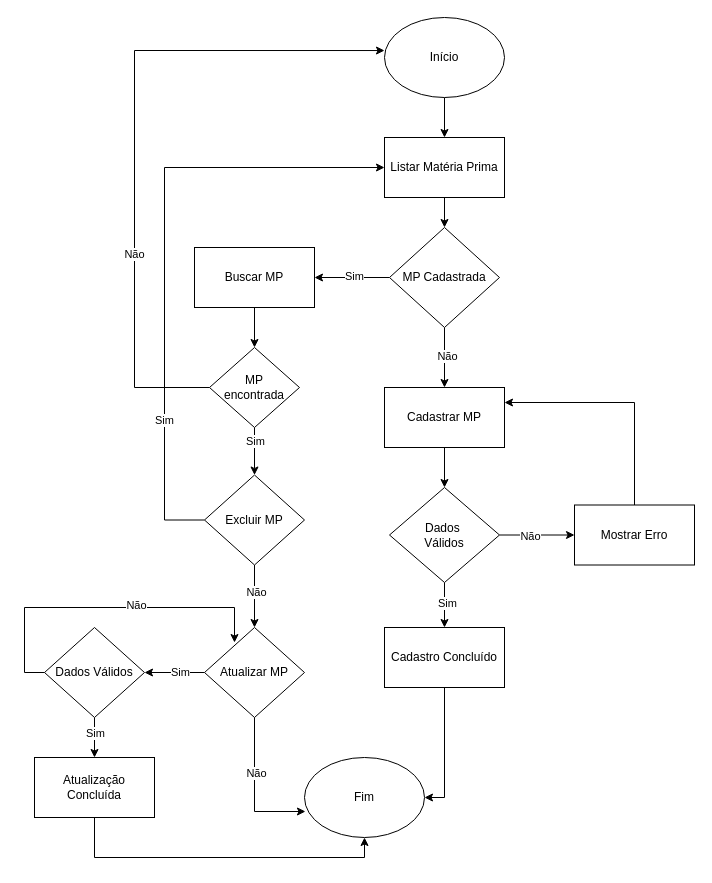
Above: page "Página-2" (2 of 9) of DOC/fluxograma.drawio in rafaelareisilva/avatar.app (draw.io), before the change. Source tidied: cells renumbered, new cells numbered last; positions are measured from the earlier drawing's top-left corner, leaving out a move shared by most shapes. Both pictures are drawn from the tidied source at 100%, with x=0, y=0 at pixel (24, 17).
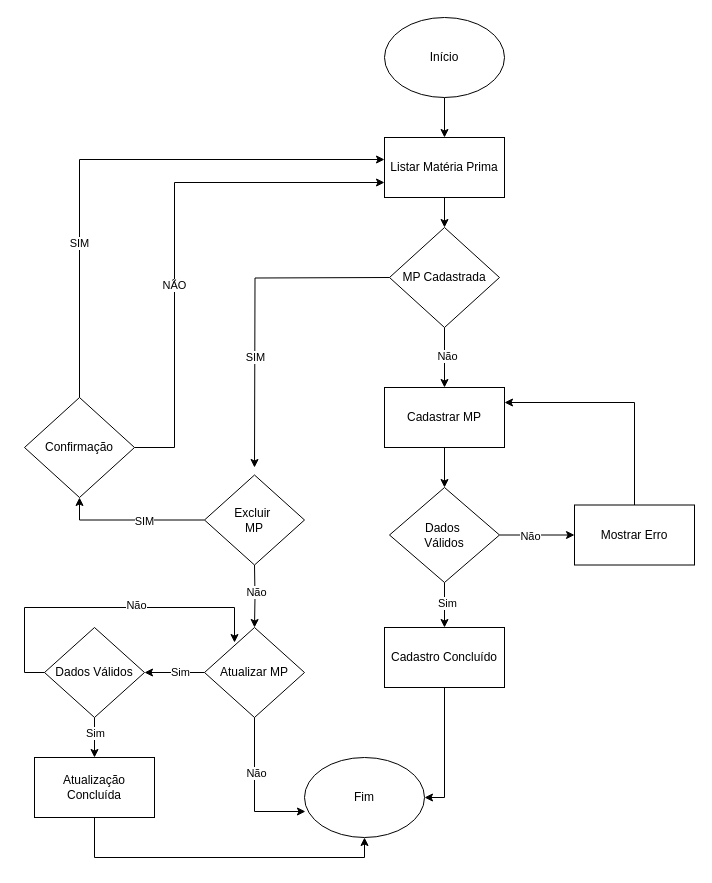
The same page after the edit.

The change refers to these unchanged cells:
```xml
<mxCell id="3" value="Início" style="ellipse;whiteSpace=wrap;html=1;" parent="1" vertex="1">
  <mxGeometry x="360" width="120" height="80" as="geometry" />
</mxCell>
<mxCell id="5" value="Listar Matéria Prima" style="whiteSpace=wrap;html=1;" parent="1" vertex="1">
  <mxGeometry x="360" y="120" width="120" height="60" as="geometry" />
</mxCell>
<mxCell id="10" value="MP Cadastrada" style="rhombus;whiteSpace=wrap;html=1;" parent="1" vertex="1">
  <mxGeometry x="365" y="210" width="110" height="100" as="geometry" />
</mxCell>
<mxCell id="31" value="Atualizar MP" style="rhombus;whiteSpace=wrap;html=1;" parent="1" vertex="1">
  <mxGeometry x="180" y="610" width="100" height="90" as="geometry" />
</mxCell>
```

What changed in the source:
```diff
@@
-    <mxCell id="8" style="edgeStyle=orthogonalEdgeStyle;rounded=0;jettySize=auto;html=1;" parent="1" edge="1" source="10" target="23">
-      <mxGeometry relative="1" as="geometry" />
-    </mxCell>
-    <mxCell id="9" value="Sim" style="edgeLabel;html=1;align=center;verticalAlign=middle;" parent="8" vertex="1">
-      <mxGeometry x="-0.04" y="-2" relative="1" as="geometry" />
-    </mxCell>
@@
-    <mxCell id="22" style="edgeStyle=orthogonalEdgeStyle;rounded=0;jettySize=auto;html=1;" parent="1" edge="1" source="23" target="37">
-      <mxGeometry relative="1" as="geometry" />
-    </mxCell>
-    <mxCell id="23" value="Buscar MP" style="whiteSpace=wrap;html=1;" parent="1" vertex="1">
-      <mxGeometry x="170" y="230" width="120" height="60" as="geometry" />
-    </mxCell>
-    <mxCell id="24" style="edgeStyle=orthogonalEdgeStyle;rounded=0;jettySize=auto;html=1;" parent="1" edge="1" source="28" target="31">
-      <mxGeometry relative="1" as="geometry" />
+    <mxCell id="24" style="edgeStyle=orthogonalEdgeStyle;rounded=0;jettySize=auto;html=1;" parent="1" edge="1" target="31">
+      <mxGeometry relative="1" as="geometry">
+        <mxPoint x="230" y="547.5" as="sourcePoint" />
+      </mxGeometry>
     </mxCell>
@@
-    <mxCell id="26" style="edgeStyle=orthogonalEdgeStyle;rounded=0;jettySize=auto;html=1;entryX=0;entryY=0.5;entryDx=0;entryDy=0;" parent="1" edge="1" source="28" target="5">
-      <mxGeometry relative="1" as="geometry">
-        <Array as="points">
-          <mxPoint x="140" y="503" />
-          <mxPoint x="140" y="150" />
-        </Array>
-      </mxGeometry>
-    </mxCell>
-    <mxCell id="27" value="Sim" style="edgeLabel;html=1;align=center;verticalAlign=middle;" parent="26" vertex="1">
-      <mxGeometry x="-0.54" y="1" relative="1" as="geometry">
-        <mxPoint y="1" as="offset" />
-      </mxGeometry>
-    </mxCell>
-    <mxCell id="28" value="Excluir MP" style="rhombus;whiteSpace=wrap;html=1;" parent="1" vertex="1">
-      <mxGeometry x="180" y="457.5" width="100" height="90" as="geometry" />
-    </mxCell>
@@
-    <mxCell id="35" style="edgeStyle=orthogonalEdgeStyle;rounded=0;jettySize=auto;html=1;" parent="1" edge="1" source="37" target="28">
-      <mxGeometry relative="1" as="geometry" />
-    </mxCell>
-    <mxCell id="36" value="Sim" style="edgeLabel;html=1;align=center;verticalAlign=middle;" parent="35" vertex="1">
-      <mxGeometry x="-0.44" relative="1" as="geometry" />
-    </mxCell>
-    <mxCell id="37" value="MP&lt;div&gt;encontrada&lt;/div&gt;" style="rhombus;whiteSpace=wrap;html=1;" parent="1" vertex="1">
-      <mxGeometry x="185" y="330" width="90" height="80" as="geometry" />
-    </mxCell>
-    <mxCell id="38" style="edgeStyle=orthogonalEdgeStyle;rounded=0;jettySize=auto;html=1;entryX=0;entryY=0.413;entryDx=0;entryDy=0;entryPerimeter=0;" parent="1" edge="1" source="37" target="3">
-      <mxGeometry relative="1" as="geometry">
-        <Array as="points">
-          <mxPoint x="110" y="370" />
-          <mxPoint x="110" y="33" />
-        </Array>
-      </mxGeometry>
-    </mxCell>
-    <mxCell id="39" value="Não" style="edgeLabel;html=1;align=center;verticalAlign=middle;" parent="38" vertex="1">
-      <mxGeometry x="-0.37" y="1" relative="1" as="geometry" />
-    </mxCell>
@@
+    <mxCell id="47" style="edgeStyle=orthogonalEdgeStyle;rounded=0;orthogonalLoop=1;jettySize=auto;html=1;" parent="1" edge="1">
+      <mxGeometry relative="1" as="geometry">
+        <mxPoint x="365" y="260" as="sourcePoint" />
+        <mxPoint x="230" y="450" as="targetPoint" />
+      </mxGeometry>
+    </mxCell>
+    <mxCell id="48" value="SIM" style="edgeLabel;html=1;align=center;verticalAlign=middle;" parent="47" vertex="1">
+      <mxGeometry x="0.32" relative="1" as="geometry" />
+    </mxCell>
+    <mxCell id="49" style="edgeStyle=orthogonalEdgeStyle;rounded=0;jettySize=auto;html=1;entryX=0.5;entryY=1;entryDx=0;entryDy=0;" parent="1" edge="1" source="28" target="53">
+      <mxGeometry relative="1" as="geometry" />
+    </mxCell>
+    <mxCell id="50" value="SIM" style="edgeLabel;html=1;align=center;verticalAlign=middle;" parent="49" vertex="1">
+      <mxGeometry x="-0.17" y="1" relative="1" as="geometry" />
+    </mxCell>
+    <mxCell id="28" value="Excluir&amp;nbsp;&lt;div&gt;MP&lt;/div&gt;" style="rhombus;whiteSpace=wrap;html=1;" parent="1" vertex="1">
+      <mxGeometry x="180" y="457.5" width="100" height="90" as="geometry" />
+    </mxCell>
+    <mxCell id="51" style="edgeStyle=orthogonalEdgeStyle;rounded=0;jettySize=auto;html=1;entryX=0;entryY=0.75;entryDx=0;entryDy=0;" parent="1" edge="1" source="53">
+      <mxGeometry relative="1" as="geometry">
+        <mxPoint x="360" y="165" as="targetPoint" />
+        <Array as="points">
+          <mxPoint x="150" y="430" />
+          <mxPoint x="150" y="165" />
+        </Array>
+      </mxGeometry>
+    </mxCell>
+    <mxCell id="52" value="NÃO" style="edgeLabel;html=1;align=center;verticalAlign=middle;" parent="51" vertex="1">
+      <mxGeometry x="-0.21" y="1" relative="1" as="geometry" />
+    </mxCell>
+    <mxCell id="53" value="Confirmação" style="rhombus;whiteSpace=wrap;html=1;" parent="1" vertex="1">
+      <mxGeometry y="380" width="110" height="100" as="geometry" />
+    </mxCell>
+    <mxCell id="54" style="edgeStyle=orthogonalEdgeStyle;rounded=0;jettySize=auto;html=1;entryX=0;entryY=0.367;entryDx=0;entryDy=0;entryPerimeter=0;" parent="1" edge="1" source="53">
+      <mxGeometry relative="1" as="geometry">
+        <mxPoint x="360" y="142" as="targetPoint" />
+        <Array as="points">
+          <mxPoint x="55" y="142" />
+        </Array>
+      </mxGeometry>
+    </mxCell>
+    <mxCell id="55" value="SIM" style="edgeLabel;html=1;align=center;verticalAlign=middle;" parent="54" vertex="1">
+      <mxGeometry x="-0.43" y="1" relative="1" as="geometry" />
+    </mxCell>
```
